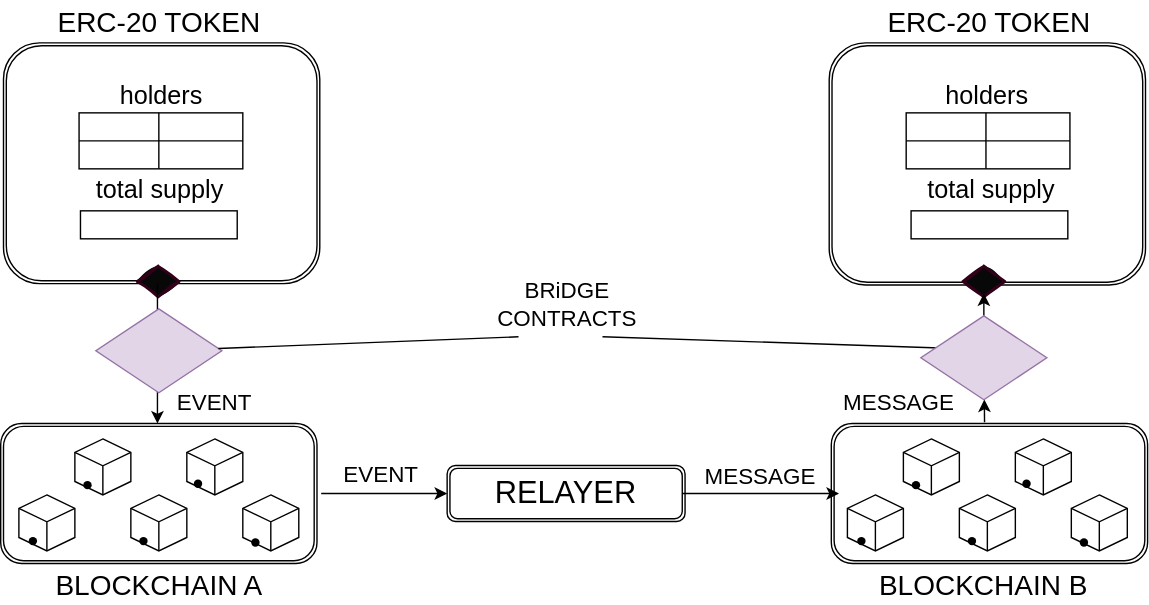
The draw.io diagram static/img/drawings/patterns_bridge.svg in GoFungible/interop-site, before a commit. Source tidied: cells renumbered, new cells last; positions are measured from the earlier drawing's top-left corner, leaving out a move shared by most shapes. Its diagram source:
```xml
<mxGraphModel>
  <root>
    <mxCell id="0" />
    <mxCell id="1" parent="0" />
    <mxCell id="2" style="shape=ext;double=1;rounded=1;whiteSpace=wrap;html=1;" parent="1" vertex="1">
      <mxGeometry x="593.5" y="302" width="226" height="100" as="geometry" />
    </mxCell>
    <mxCell id="3" style="shape=ext;double=1;rounded=1;whiteSpace=wrap;html=1;" parent="1" vertex="1">
      <mxGeometry y="302" width="226" height="100" as="geometry" />
    </mxCell>
    <mxCell id="4" style="html=1;shape=mxgraph.basic.isocube;isoAngle=15;labelBackgroundColor=none;" parent="1" vertex="1">
      <mxGeometry x="13" y="353" width="40" height="40" as="geometry" />
    </mxCell>
    <mxCell id="5" style="html=1;shape=mxgraph.basic.isocube;isoAngle=15;labelBackgroundColor=none;" parent="1" vertex="1">
      <mxGeometry x="133" y="313" width="40" height="40" as="geometry" />
    </mxCell>
    <mxCell id="6" style="html=1;shape=mxgraph.basic.isocube;isoAngle=15;labelBackgroundColor=none;" parent="1" vertex="1">
      <mxGeometry x="173" y="353" width="40" height="40" as="geometry" />
    </mxCell>
    <mxCell id="7" style="html=1;shape=mxgraph.basic.isocube;isoAngle=15;labelBackgroundColor=none;" parent="1" vertex="1">
      <mxGeometry x="93" y="353" width="40" height="40" as="geometry" />
    </mxCell>
    <mxCell id="8" style="html=1;shape=mxgraph.basic.isocube;isoAngle=15;labelBackgroundColor=none;" parent="1" vertex="1">
      <mxGeometry x="53" y="313" width="40" height="40" as="geometry" />
    </mxCell>
    <mxCell id="9" style="shape=waypoint;sketch=0;fillStyle=solid;size=6;fillColor=none;perimeter=centerPerimeter;labelBackgroundColor=none;" parent="1" vertex="1">
      <mxGeometry x="13" y="376" width="20" height="20" as="geometry" />
    </mxCell>
    <mxCell id="10" style="shape=waypoint;sketch=0;fillStyle=solid;size=6;fillColor=none;perimeter=centerPerimeter;labelBackgroundColor=none;" parent="1" vertex="1">
      <mxGeometry x="92" y="376" width="20" height="20" as="geometry" />
    </mxCell>
    <mxCell id="11" style="shape=waypoint;sketch=0;fillStyle=solid;size=6;fillColor=none;perimeter=centerPerimeter;labelBackgroundColor=none;" parent="1" vertex="1">
      <mxGeometry x="172" y="377" width="20" height="20" as="geometry" />
    </mxCell>
    <mxCell id="12" style="shape=waypoint;sketch=0;fillStyle=solid;size=6;fillColor=none;perimeter=centerPerimeter;labelBackgroundColor=none;" parent="1" vertex="1">
      <mxGeometry x="131" y="335" width="20" height="20" as="geometry" />
    </mxCell>
    <mxCell id="13" style="shape=waypoint;sketch=0;fillStyle=solid;size=6;fillColor=none;perimeter=centerPerimeter;labelBackgroundColor=none;" parent="1" vertex="1">
      <mxGeometry x="52" y="336" width="20" height="20" as="geometry" />
    </mxCell>
    <mxCell id="14" value="&lt;font style=&quot;font-size: 22px;&quot;&gt;RELAYER&lt;/font&gt;" style="shape=ext;double=1;rounded=1;whiteSpace=wrap;html=1;labelBackgroundColor=none;" parent="1" vertex="1">
      <mxGeometry x="319" y="332" width="170" height="40" as="geometry" />
    </mxCell>
    <mxCell id="15" style="endArrow=classic;html=1;rounded=0;entryX=0;entryY=0.5;entryDx=0;entryDy=0;labelBackgroundColor=none;fontColor=default;" parent="1" edge="1" target="14">
      <mxGeometry relative="1" as="geometry">
        <mxPoint x="229" y="352" as="sourcePoint" />
      </mxGeometry>
    </mxCell>
    <mxCell id="16" style="html=1;shape=mxgraph.basic.isocube;isoAngle=15;labelBackgroundColor=none;" parent="1" vertex="1">
      <mxGeometry x="605" y="353" width="40" height="40" as="geometry" />
    </mxCell>
    <mxCell id="17" style="html=1;shape=mxgraph.basic.isocube;isoAngle=15;labelBackgroundColor=none;" parent="1" vertex="1">
      <mxGeometry x="725" y="313" width="40" height="40" as="geometry" />
    </mxCell>
    <mxCell id="18" style="html=1;shape=mxgraph.basic.isocube;isoAngle=15;labelBackgroundColor=none;" parent="1" vertex="1">
      <mxGeometry x="765" y="353" width="40" height="40" as="geometry" />
    </mxCell>
    <mxCell id="19" style="html=1;shape=mxgraph.basic.isocube;isoAngle=15;labelBackgroundColor=none;" parent="1" vertex="1">
      <mxGeometry x="685" y="353" width="40" height="40" as="geometry" />
    </mxCell>
    <mxCell id="20" style="html=1;shape=mxgraph.basic.isocube;isoAngle=15;labelBackgroundColor=none;" parent="1" vertex="1">
      <mxGeometry x="645" y="313" width="40" height="40" as="geometry" />
    </mxCell>
    <mxCell id="21" style="shape=waypoint;sketch=0;fillStyle=solid;size=6;fillColor=none;perimeter=centerPerimeter;labelBackgroundColor=none;" parent="1" vertex="1">
      <mxGeometry x="605" y="376" width="20" height="20" as="geometry" />
    </mxCell>
    <mxCell id="22" style="shape=waypoint;sketch=0;fillStyle=solid;size=6;fillColor=none;perimeter=centerPerimeter;labelBackgroundColor=none;" parent="1" vertex="1">
      <mxGeometry x="684" y="376" width="20" height="20" as="geometry" />
    </mxCell>
    <mxCell id="23" style="shape=waypoint;sketch=0;fillStyle=solid;size=6;fillColor=none;perimeter=centerPerimeter;labelBackgroundColor=none;" parent="1" vertex="1">
      <mxGeometry x="764" y="377" width="20" height="20" as="geometry" />
    </mxCell>
    <mxCell id="24" style="shape=waypoint;sketch=0;fillStyle=solid;size=6;fillColor=none;perimeter=centerPerimeter;labelBackgroundColor=none;" parent="1" vertex="1">
      <mxGeometry x="723" y="335" width="20" height="20" as="geometry" />
    </mxCell>
    <mxCell id="25" style="shape=waypoint;sketch=0;fillStyle=solid;size=6;fillColor=none;perimeter=centerPerimeter;labelBackgroundColor=none;" parent="1" vertex="1">
      <mxGeometry x="644" y="336" width="20" height="20" as="geometry" />
    </mxCell>
    <mxCell id="26" value="&lt;font style=&quot;font-size: 20px;&quot;&gt;BLOCKCHAIN A&lt;/font&gt;" style="text;html=1;whiteSpace=wrap;strokeColor=none;fillColor=none;align=center;verticalAlign=middle;rounded=0;" parent="1" vertex="1">
      <mxGeometry x="35.5" y="402" width="155" height="30" as="geometry" />
    </mxCell>
    <mxCell id="27" value="&lt;span style=&quot;font-size: 16px;&quot;&gt;EVENT&lt;/span&gt;" style="text;html=1;whiteSpace=wrap;strokeColor=none;fillColor=none;align=center;verticalAlign=middle;rounded=0;" parent="1" vertex="1">
      <mxGeometry x="239" y="323" width="66" height="30" as="geometry" />
    </mxCell>
    <mxCell id="28" style="endArrow=classic;html=1;rounded=0;exitX=1;exitY=0.5;exitDx=0;exitDy=0;exitPerimeter=0;labelBackgroundColor=none;fontColor=default;" parent="1" edge="1">
      <mxGeometry relative="1" as="geometry">
        <mxPoint x="487" y="352" as="sourcePoint" />
        <mxPoint x="599" y="352" as="targetPoint" />
      </mxGeometry>
    </mxCell>
    <mxCell id="29" style="shape=ext;double=1;rounded=1;whiteSpace=wrap;html=1;" parent="1" vertex="1">
      <mxGeometry x="2" y="30" width="226" height="172" as="geometry" />
    </mxCell>
    <mxCell id="30" value="&lt;font style=&quot;font-size: 20px;&quot;&gt;BLOCKCHAIN B&lt;/font&gt;" style="text;html=1;whiteSpace=wrap;strokeColor=none;fillColor=none;align=center;verticalAlign=middle;rounded=0;" parent="1" vertex="1">
      <mxGeometry x="625" y="402" width="155" height="30" as="geometry" />
    </mxCell>
    <mxCell id="31" style="shape=ext;double=1;rounded=1;whiteSpace=wrap;html=1;" parent="1" vertex="1">
      <mxGeometry x="592" y="30" width="226" height="173" as="geometry" />
    </mxCell>
    <mxCell id="32" value="&lt;font style=&quot;font-size: 20px;&quot;&gt;ERC-20 TOKEN&lt;/font&gt;" style="text;html=1;whiteSpace=wrap;strokeColor=none;fillColor=none;align=center;verticalAlign=middle;rounded=0;" parent="1" vertex="1">
      <mxGeometry x="36" width="155" height="30" as="geometry" />
    </mxCell>
    <mxCell id="33" style="shape=internalStorage;whiteSpace=wrap;html=1;backgroundOutline=1;dx=57;dy=20;" parent="1" vertex="1">
      <mxGeometry x="56" y="80" width="117" height="40" as="geometry" />
    </mxCell>
    <mxCell id="34" style="shape=internalStorage;whiteSpace=wrap;html=1;backgroundOutline=1;dx=57;dy=20;" parent="1" vertex="1">
      <mxGeometry x="647" y="80" width="117" height="40" as="geometry" />
    </mxCell>
    <mxCell id="35" value="&lt;font style=&quot;font-size: 18px;&quot;&gt;holders&lt;/font&gt;" style="text;html=1;whiteSpace=wrap;strokeColor=none;fillColor=none;align=center;verticalAlign=middle;rounded=0;" parent="1" vertex="1">
      <mxGeometry x="85" y="53" width="60" height="30" as="geometry" />
    </mxCell>
    <mxCell id="36" value="&lt;font style=&quot;font-size: 18px;&quot;&gt;holders&lt;/font&gt;" style="text;html=1;whiteSpace=wrap;strokeColor=none;fillColor=none;align=center;verticalAlign=middle;rounded=0;" parent="1" vertex="1">
      <mxGeometry x="674.5" y="53" width="60" height="30" as="geometry" />
    </mxCell>
    <mxCell id="37" style="rounded=0;whiteSpace=wrap;html=1;" parent="1" vertex="1">
      <mxGeometry x="57" y="150" width="112" height="20" as="geometry" />
    </mxCell>
    <mxCell id="38" value="&lt;font style=&quot;font-size: 18px;&quot;&gt;total supply&lt;/font&gt;" style="text;html=1;whiteSpace=wrap;strokeColor=none;fillColor=none;align=center;verticalAlign=middle;rounded=0;" parent="1" vertex="1">
      <mxGeometry x="59" y="120" width="110" height="30" as="geometry" />
    </mxCell>
    <mxCell id="39" style="rounded=0;whiteSpace=wrap;html=1;" parent="1" vertex="1">
      <mxGeometry x="650.5" y="150" width="112" height="20" as="geometry" />
    </mxCell>
    <mxCell id="40" value="&lt;font style=&quot;font-size: 18px;&quot;&gt;total supply&lt;/font&gt;" style="text;html=1;whiteSpace=wrap;strokeColor=none;fillColor=none;align=center;verticalAlign=middle;rounded=0;" parent="1" vertex="1">
      <mxGeometry x="652.5" y="120" width="110" height="30" as="geometry" />
    </mxCell>
    <mxCell id="41" style="rhombus;whiteSpace=wrap;html=1;strokeWidth=2;fillWeight=-1;hachureGap=8;fillStyle=solid;fillColor=light-dark(#070807, #6fc76f);sketch=1;strokeColor=#33001A;" parent="1" vertex="1">
      <mxGeometry x="98" y="190" width="30" height="22" as="geometry" />
    </mxCell>
    <mxCell id="42" style="rhombus;whiteSpace=wrap;html=1;strokeWidth=2;fillWeight=-1;hachureGap=8;fillStyle=solid;fillColor=light-dark(#070807, #6fc76f);sketch=1;strokeColor=#33001A;" parent="1" vertex="1">
      <mxGeometry x="688" y="190" width="30" height="22" as="geometry" />
    </mxCell>
    <mxCell id="43" value="&lt;font style=&quot;font-size: 20px;&quot;&gt;ERC-20 TOKEN&lt;/font&gt;" style="text;html=1;whiteSpace=wrap;strokeColor=none;fillColor=none;align=center;verticalAlign=middle;rounded=0;" parent="1" vertex="1">
      <mxGeometry x="629" width="155" height="30" as="geometry" />
    </mxCell>
    <mxCell id="44" value="&lt;font style=&quot;font-size: 16px;&quot;&gt;EVENT&lt;/font&gt;" style="text;html=1;whiteSpace=wrap;strokeColor=none;fillColor=none;align=center;verticalAlign=middle;rounded=0;" parent="1" vertex="1">
      <mxGeometry x="120" y="272" width="66" height="30" as="geometry" />
    </mxCell>
    <mxCell id="45" value="&lt;span style=&quot;font-size: 16px;&quot;&gt;MESSAGE&lt;/span&gt;" style="text;html=1;whiteSpace=wrap;strokeColor=none;fillColor=none;align=center;verticalAlign=middle;rounded=0;" parent="1" vertex="1">
      <mxGeometry x="510" y="325" width="66" height="30" as="geometry" />
    </mxCell>
    <mxCell id="46" value="&lt;span style=&quot;font-size: 16px;&quot;&gt;MESSAGE&lt;/span&gt;" style="text;html=1;whiteSpace=wrap;strokeColor=none;fillColor=none;align=center;verticalAlign=middle;rounded=0;" parent="1" vertex="1">
      <mxGeometry x="608.5" y="272" width="66" height="30" as="geometry" />
    </mxCell>
    <mxCell id="47" style="endArrow=classic;html=1;rounded=0;" parent="1" edge="1">
      <mxGeometry relative="1" as="geometry">
        <mxPoint x="112" y="202" as="sourcePoint" />
        <mxPoint x="112" y="302" as="targetPoint" />
      </mxGeometry>
    </mxCell>
    <mxCell id="48" style="endArrow=classic;html=1;rounded=0;" parent="1" edge="1" source="54">
      <mxGeometry relative="1" as="geometry">
        <mxPoint x="702.5" y="209" as="targetPoint" />
      </mxGeometry>
    </mxCell>
    <mxCell id="49" style="rhombus;whiteSpace=wrap;html=1;fillColor=#e1d5e7;strokeColor=#9673a6;" parent="1" vertex="1">
      <mxGeometry x="68" y="220" width="90" height="60" as="geometry" />
    </mxCell>
    <mxCell id="50" value="&lt;span style=&quot;font-size: 16px;&quot;&gt;BRiDGE CONTRACTS&lt;/span&gt;" style="text;html=1;whiteSpace=wrap;strokeColor=none;fillColor=none;align=center;verticalAlign=middle;rounded=0;" parent="1" vertex="1">
      <mxGeometry x="375" y="202" width="60" height="30" as="geometry" />
    </mxCell>
    <mxCell id="51" style="endArrow=none;html=1;rounded=0;" parent="1" edge="1" source="49">
      <mxGeometry relative="1" as="geometry">
        <mxPoint x="370" y="240" as="targetPoint" />
      </mxGeometry>
    </mxCell>
    <mxCell id="52" style="endArrow=none;html=1;rounded=0;entryX=0.15;entryY=0.383;entryDx=0;entryDy=0;entryPerimeter=0;" parent="1" edge="1" target="54">
      <mxGeometry relative="1" as="geometry">
        <mxPoint x="430" y="240" as="sourcePoint" />
      </mxGeometry>
    </mxCell>
    <mxCell id="53" style="endArrow=classic;html=1;rounded=0;" parent="1" edge="1" target="54">
      <mxGeometry relative="1" as="geometry">
        <mxPoint x="703" y="301" as="sourcePoint" />
      </mxGeometry>
    </mxCell>
    <mxCell id="54" style="rhombus;whiteSpace=wrap;html=1;fillColor=#e1d5e7;strokeColor=#9673a6;" parent="1" vertex="1">
      <mxGeometry x="657.5" y="225" width="90" height="60" as="geometry" />
    </mxCell>
  </root>
</mxGraphModel>
```
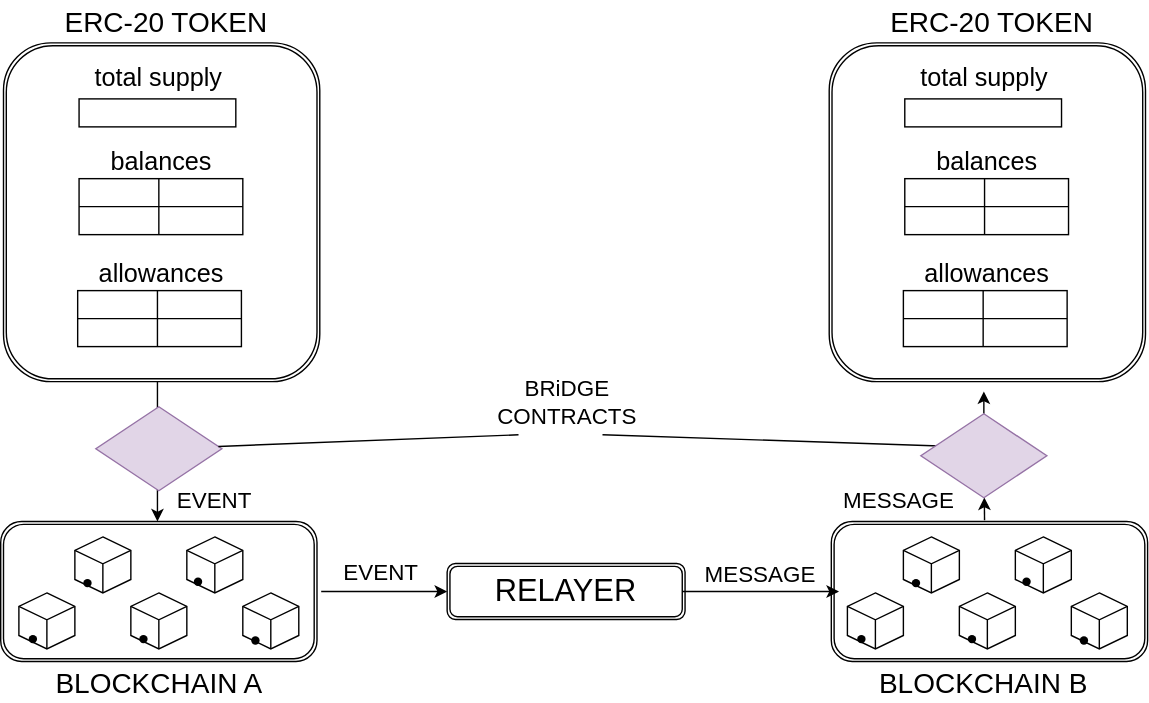
After the commit.

Diff of the diagram source:
```diff
@@ -89,50 +89,26 @@
       </mxGeometry>
     </mxCell>
     <mxCell id="29" style="shape=ext;double=1;rounded=1;whiteSpace=wrap;html=1;" parent="1" vertex="1">
-      <mxGeometry x="2" y="30" width="226" height="172" as="geometry" />
+      <mxGeometry x="2" y="-40" width="226" height="242" as="geometry" />
     </mxCell>
     <mxCell id="30" value="&lt;font style=&quot;font-size: 20px;&quot;&gt;BLOCKCHAIN B&lt;/font&gt;" style="text;html=1;whiteSpace=wrap;strokeColor=none;fillColor=none;align=center;verticalAlign=middle;rounded=0;" parent="1" vertex="1">
       <mxGeometry x="625" y="402" width="155" height="30" as="geometry" />
     </mxCell>
-    <mxCell id="31" style="shape=ext;double=1;rounded=1;whiteSpace=wrap;html=1;" parent="1" vertex="1">
-      <mxGeometry x="592" y="30" width="226" height="173" as="geometry" />
-    </mxCell>
     <mxCell id="32" value="&lt;font style=&quot;font-size: 20px;&quot;&gt;ERC-20 TOKEN&lt;/font&gt;" style="text;html=1;whiteSpace=wrap;strokeColor=none;fillColor=none;align=center;verticalAlign=middle;rounded=0;" parent="1" vertex="1">
-      <mxGeometry x="36" width="155" height="30" as="geometry" />
+      <mxGeometry x="41" y="-70" width="155" height="30" as="geometry" />
     </mxCell>
     <mxCell id="33" style="shape=internalStorage;whiteSpace=wrap;html=1;backgroundOutline=1;dx=57;dy=20;" parent="1" vertex="1">
-      <mxGeometry x="56" y="80" width="117" height="40" as="geometry" />
+      <mxGeometry x="56" y="57" width="117" height="40" as="geometry" />
     </mxCell>
-    <mxCell id="34" style="shape=internalStorage;whiteSpace=wrap;html=1;backgroundOutline=1;dx=57;dy=20;" parent="1" vertex="1">
-      <mxGeometry x="647" y="80" width="117" height="40" as="geometry" />
-    </mxCell>
-    <mxCell id="35" value="&lt;font style=&quot;font-size: 18px;&quot;&gt;holders&lt;/font&gt;" style="text;html=1;whiteSpace=wrap;strokeColor=none;fillColor=none;align=center;verticalAlign=middle;rounded=0;" parent="1" vertex="1">
-      <mxGeometry x="85" y="53" width="60" height="30" as="geometry" />
+    <mxCell id="35" value="&lt;font style=&quot;font-size: 18px;&quot;&gt;balances&lt;/font&gt;" style="text;html=1;whiteSpace=wrap;strokeColor=none;fillColor=none;align=center;verticalAlign=middle;rounded=0;" parent="1" vertex="1">
+      <mxGeometry x="70" y="30" width="90" height="30" as="geometry" />
     </mxCell>
-    <mxCell id="36" value="&lt;font style=&quot;font-size: 18px;&quot;&gt;holders&lt;/font&gt;" style="text;html=1;whiteSpace=wrap;strokeColor=none;fillColor=none;align=center;verticalAlign=middle;rounded=0;" parent="1" vertex="1">
-      <mxGeometry x="674.5" y="53" width="60" height="30" as="geometry" />
-    </mxCell>
     <mxCell id="37" style="rounded=0;whiteSpace=wrap;html=1;" parent="1" vertex="1">
-      <mxGeometry x="57" y="150" width="112" height="20" as="geometry" />
+      <mxGeometry x="56" width="112" height="20" as="geometry" />
     </mxCell>
     <mxCell id="38" value="&lt;font style=&quot;font-size: 18px;&quot;&gt;total supply&lt;/font&gt;" style="text;html=1;whiteSpace=wrap;strokeColor=none;fillColor=none;align=center;verticalAlign=middle;rounded=0;" parent="1" vertex="1">
-      <mxGeometry x="59" y="120" width="110" height="30" as="geometry" />
+      <mxGeometry x="58" y="-30" width="110" height="30" as="geometry" />
     </mxCell>
-    <mxCell id="39" style="rounded=0;whiteSpace=wrap;html=1;" parent="1" vertex="1">
-      <mxGeometry x="650.5" y="150" width="112" height="20" as="geometry" />
-    </mxCell>
-    <mxCell id="40" value="&lt;font style=&quot;font-size: 18px;&quot;&gt;total supply&lt;/font&gt;" style="text;html=1;whiteSpace=wrap;strokeColor=none;fillColor=none;align=center;verticalAlign=middle;rounded=0;" parent="1" vertex="1">
-      <mxGeometry x="652.5" y="120" width="110" height="30" as="geometry" />
-    </mxCell>
-    <mxCell id="41" style="rhombus;whiteSpace=wrap;html=1;strokeWidth=2;fillWeight=-1;hachureGap=8;fillStyle=solid;fillColor=light-dark(#070807, #6fc76f);sketch=1;strokeColor=#33001A;" parent="1" vertex="1">
-      <mxGeometry x="98" y="190" width="30" height="22" as="geometry" />
-    </mxCell>
-    <mxCell id="42" style="rhombus;whiteSpace=wrap;html=1;strokeWidth=2;fillWeight=-1;hachureGap=8;fillStyle=solid;fillColor=light-dark(#070807, #6fc76f);sketch=1;strokeColor=#33001A;" parent="1" vertex="1">
-      <mxGeometry x="688" y="190" width="30" height="22" as="geometry" />
-    </mxCell>
-    <mxCell id="43" value="&lt;font style=&quot;font-size: 20px;&quot;&gt;ERC-20 TOKEN&lt;/font&gt;" style="text;html=1;whiteSpace=wrap;strokeColor=none;fillColor=none;align=center;verticalAlign=middle;rounded=0;" parent="1" vertex="1">
-      <mxGeometry x="629" width="155" height="30" as="geometry" />
-    </mxCell>
     <mxCell id="44" value="&lt;font style=&quot;font-size: 16px;&quot;&gt;EVENT&lt;/font&gt;" style="text;html=1;whiteSpace=wrap;strokeColor=none;fillColor=none;align=center;verticalAlign=middle;rounded=0;" parent="1" vertex="1">
       <mxGeometry x="120" y="272" width="66" height="30" as="geometry" />
     </mxCell>
@@ -177,5 +153,35 @@
     <mxCell id="54" style="rhombus;whiteSpace=wrap;html=1;fillColor=#e1d5e7;strokeColor=#9673a6;" parent="1" vertex="1">
       <mxGeometry x="657.5" y="225" width="90" height="60" as="geometry" />
     </mxCell>
+    <mxCell id="55" style="shape=internalStorage;whiteSpace=wrap;html=1;backgroundOutline=1;dx=57;dy=20;" parent="1" vertex="1">
+      <mxGeometry x="55" y="137" width="117" height="40" as="geometry" />
+    </mxCell>
+    <mxCell id="56" value="&lt;font style=&quot;font-size: 18px;&quot;&gt;allowances&lt;/font&gt;" style="text;html=1;whiteSpace=wrap;strokeColor=none;fillColor=none;align=center;verticalAlign=middle;rounded=0;" parent="1" vertex="1">
+      <mxGeometry x="60" y="110" width="110" height="30" as="geometry" />
+    </mxCell>
+    <mxCell id="57" style="shape=ext;double=1;rounded=1;whiteSpace=wrap;html=1;" parent="1" vertex="1">
+      <mxGeometry x="592" y="-40" width="226" height="242" as="geometry" />
+    </mxCell>
+    <mxCell id="43" value="&lt;font style=&quot;font-size: 20px;&quot;&gt;ERC-20 TOKEN&lt;/font&gt;" style="text;html=1;whiteSpace=wrap;strokeColor=none;fillColor=none;align=center;verticalAlign=middle;rounded=0;" parent="1" vertex="1">
+      <mxGeometry x="631" y="-70" width="155" height="30" as="geometry" />
+    </mxCell>
+    <mxCell id="58" style="shape=internalStorage;whiteSpace=wrap;html=1;backgroundOutline=1;dx=57;dy=20;" parent="1" vertex="1">
+      <mxGeometry x="646" y="57" width="117" height="40" as="geometry" />
+    </mxCell>
+    <mxCell id="59" value="&lt;font style=&quot;font-size: 18px;&quot;&gt;balances&lt;/font&gt;" style="text;html=1;whiteSpace=wrap;strokeColor=none;fillColor=none;align=center;verticalAlign=middle;rounded=0;" parent="1" vertex="1">
+      <mxGeometry x="660" y="30" width="90" height="30" as="geometry" />
+    </mxCell>
+    <mxCell id="60" style="rounded=0;whiteSpace=wrap;html=1;" parent="1" vertex="1">
+      <mxGeometry x="646" width="112" height="20" as="geometry" />
+    </mxCell>
+    <mxCell id="40" value="&lt;font style=&quot;font-size: 18px;&quot;&gt;total supply&lt;/font&gt;" style="text;html=1;whiteSpace=wrap;strokeColor=none;fillColor=none;align=center;verticalAlign=middle;rounded=0;" parent="1" vertex="1">
+      <mxGeometry x="648" y="-30" width="110" height="30" as="geometry" />
+    </mxCell>
+    <mxCell id="61" style="shape=internalStorage;whiteSpace=wrap;html=1;backgroundOutline=1;dx=57;dy=20;" parent="1" vertex="1">
+      <mxGeometry x="645" y="137" width="117" height="40" as="geometry" />
+    </mxCell>
+    <mxCell id="62" value="&lt;font style=&quot;font-size: 18px;&quot;&gt;allowances&lt;/font&gt;" style="text;html=1;whiteSpace=wrap;strokeColor=none;fillColor=none;align=center;verticalAlign=middle;rounded=0;" parent="1" vertex="1">
+      <mxGeometry x="650" y="110" width="110" height="30" as="geometry" />
+    </mxCell>
   </root>
 </mxGraphModel>
```
